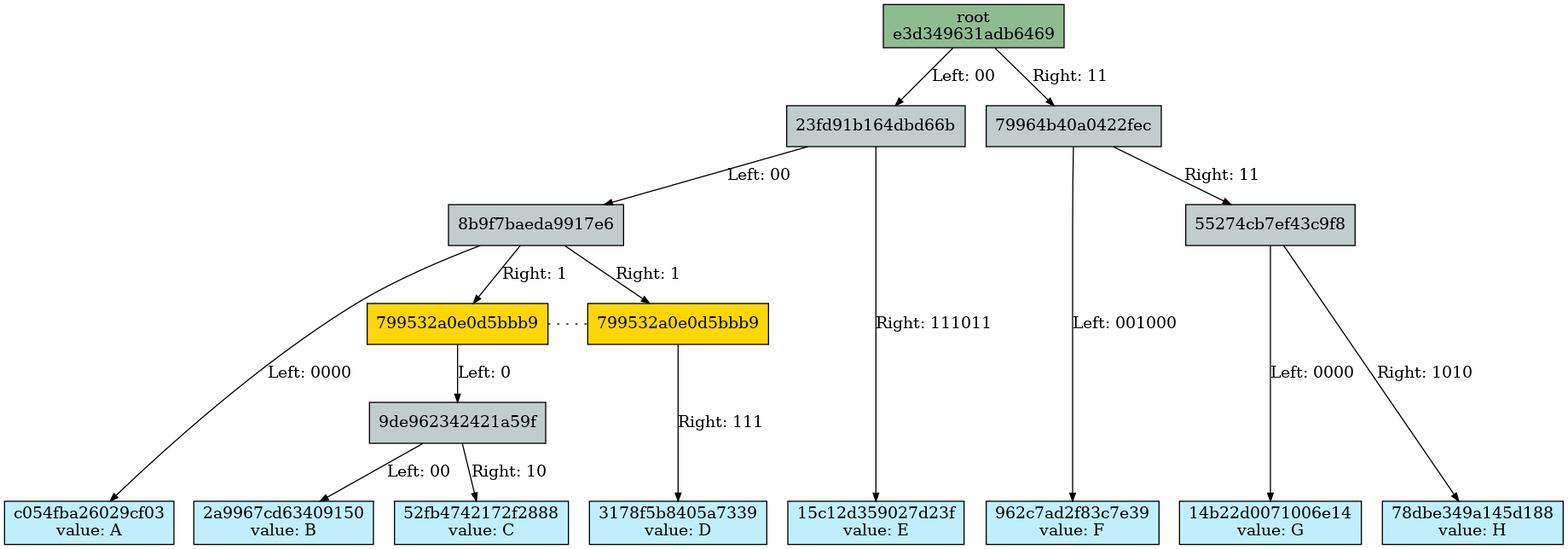
Above: docs/merkle_tree/split_details/3_split_1.dot.png in juicebox-systems/juicebox-hsm-realm (Graphviz), before the change. Its source is kept beside it as docs/merkle_tree/split_details/3_split_1.dot.
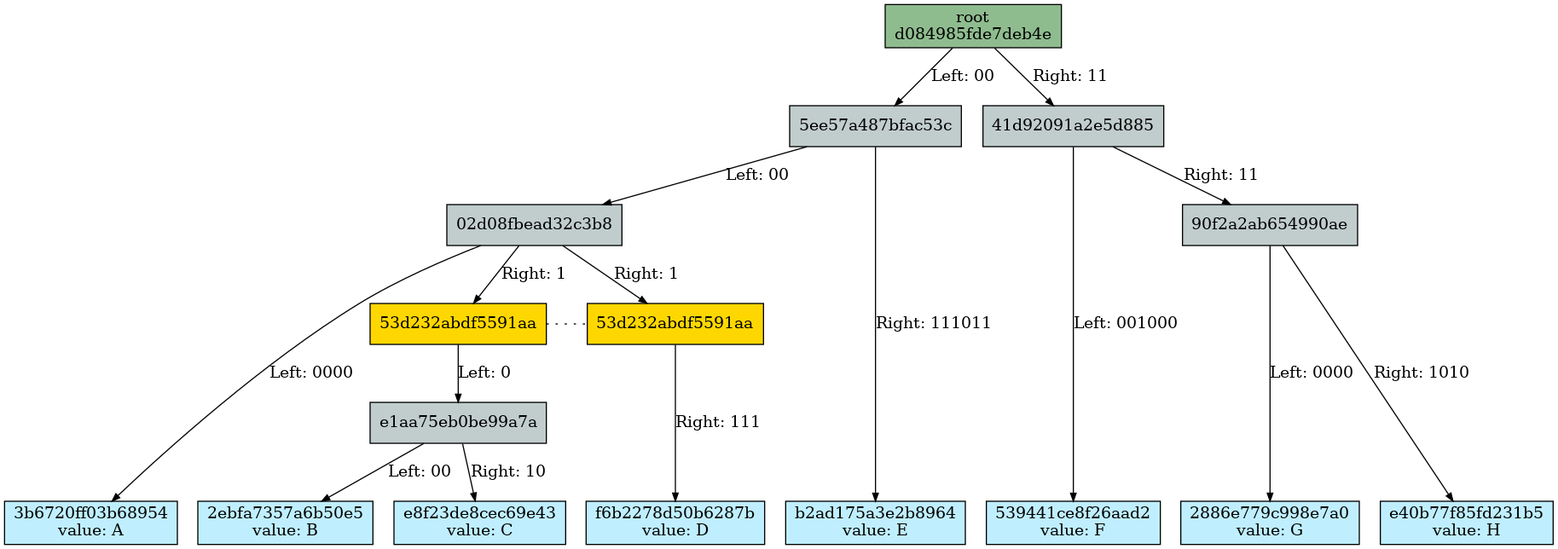
After the commit.

Change to the diagram source:
```diff
@@ -1,77 +1,77 @@
 Digraph merkletree {
 
-h799532a0e0d5bbb9_2 [fillcolor=gold1 label="799532a0e0d5bbb9" ordering=out shape=box style=filled ];
-he3d349631adb6469 -> h23fd91b164dbd66b [arrowsize=0.7 label="Left: 00\l" nojustify=true ];
-h23fd91b164dbd66b -> h8b9f7baeda9917e6 [arrowsize=0.7 label="Left: 00\l" nojustify=true ];
-h8b9f7baeda9917e6 -> hc054fba26029cf03 [arrowsize=0.7 label="Left: 0000" nojustify=true ];
-h8b9f7baeda9917e6 -> h799532a0e0d5bbb9_2 [arrowsize=0.7 label="Right: 1\l" nojustify=true ];
-h8b9f7baeda9917e6 -> h799532a0e0d5bbb9 [arrowsize=0.7 label="Right: 1\l" nojustify=true ];
-h799532a0e0d5bbb9_2 -> h9de962342421a59f [arrowsize=0.7 label="Left: 0\l" nojustify=true ];
-h9de962342421a59f -> h2a9967cd63409150 [arrowsize=0.7 label="Left: 00" nojustify=true ];
-h9de962342421a59f -> h52fb4742172f2888 [arrowsize=0.7 label="Right: 10" nojustify=true ];
-h799532a0e0d5bbb9 -> h3178f5b8405a7339 [arrowsize=0.7 label="Right: 111" nojustify=true ];
-h23fd91b164dbd66b -> h15c12d359027d23f [arrowsize=0.7 label="Right: 111011" nojustify=true ];
-he3d349631adb6469 -> h79964b40a0422fec [arrowsize=0.7 label="Right: 11\l" nojustify=true ];
-h79964b40a0422fec -> h962c7ad2f83c7e39 [arrowsize=0.7 label="Left: 001000" nojustify=true ];
-h79964b40a0422fec -> h55274cb7ef43c9f8 [arrowsize=0.7 label="Right: 11\l" nojustify=true ];
-h55274cb7ef43c9f8 -> h14b22d0071006e14 [arrowsize=0.7 label="Left: 0000" nojustify=true ];
-h55274cb7ef43c9f8 -> h78dbe349a145d188 [arrowsize=0.7 label="Right: 1010" nojustify=true ];
+h53d232abdf5591aa_2 [fillcolor=gold1 label="53d232abdf5591aa" ordering=out shape=box style=filled ];
+hd084985fde7deb4e -> h5ee57a487bfac53c [arrowsize=0.7 label="Left: 00" nojustify=true ];
+h5ee57a487bfac53c -> h02d08fbead32c3b8 [arrowsize=0.7 label="Left: 00" nojustify=true ];
+h02d08fbead32c3b8 -> h3b6720ff03b68954 [arrowsize=0.7 label="Left: 0000" nojustify=true ];
+h02d08fbead32c3b8 -> h53d232abdf5591aa_2 [arrowsize=0.7 label="Right: 1" nojustify=true ];
+h02d08fbead32c3b8 -> h53d232abdf5591aa [arrowsize=0.7 label="Right: 1" nojustify=true ];
+h53d232abdf5591aa_2 -> he1aa75eb0be99a7a [arrowsize=0.7 label="Left: 0" nojustify=true ];
+he1aa75eb0be99a7a -> h2ebfa7357a6b50e5 [arrowsize=0.7 label="Left: 00" nojustify=true ];
+he1aa75eb0be99a7a -> he8f23de8cec69e43 [arrowsize=0.7 label="Right: 10" nojustify=true ];
+h53d232abdf5591aa -> hf6b2278d50b6287b [arrowsize=0.7 label="Right: 111" nojustify=true ];
+h5ee57a487bfac53c -> hb2ad175a3e2b8964 [arrowsize=0.7 label="Right: 111011" nojustify=true ];
+hd084985fde7deb4e -> h41d92091a2e5d885 [arrowsize=0.7 label="Right: 11" nojustify=true ];
+h41d92091a2e5d885 -> h539441ce8f26aad2 [arrowsize=0.7 label="Left: 001000" nojustify=true ];
+h41d92091a2e5d885 -> h90f2a2ab654990ae [arrowsize=0.7 label="Right: 11" nojustify=true ];
+h90f2a2ab654990ae -> h2886e779c998e7a0 [arrowsize=0.7 label="Left: 0000" nojustify=true ];
+h90f2a2ab654990ae -> he40b77f85fd231b5 [arrowsize=0.7 label="Right: 1010" nojustify=true ];
 
 Subgraph depth_0 {
 rank=same
 
-he3d349631adb6469 [fillcolor=darkseagreen label="root\ne3d349631adb6469" ordering=out shape=box style=filled ];
+hd084985fde7deb4e [fillcolor=darkseagreen label="root\nd084985fde7deb4e" ordering=out shape=box style=filled ];
 }
 
 
 Subgraph depth_2 {
 rank=same
 
-h23fd91b164dbd66b [fillcolor=azure3 label="23fd91b164dbd66b" ordering=out shape=box style=filled ];
-h79964b40a0422fec [fillcolor=azure3 label="79964b40a0422fec" ordering=out shape=box style=filled ];
+h5ee57a487bfac53c [fillcolor=azure3 label="5ee57a487bfac53c" ordering=out shape=box style=filled ];
+h41d92091a2e5d885 [fillcolor=azure3 label="41d92091a2e5d885" ordering=out shape=box style=filled ];
 }
 
 
 Subgraph depth_4 {
 rank=same
 
-h8b9f7baeda9917e6 [fillcolor=azure3 label="8b9f7baeda9917e6" ordering=out shape=box style=filled ];
-h55274cb7ef43c9f8 [fillcolor=azure3 label="55274cb7ef43c9f8" ordering=out shape=box style=filled ];
+h02d08fbead32c3b8 [fillcolor=azure3 label="02d08fbead32c3b8" ordering=out shape=box style=filled ];
+h90f2a2ab654990ae [fillcolor=azure3 label="90f2a2ab654990ae" ordering=out shape=box style=filled ];
 }
 
 
 Subgraph depth_256 {
 rank=same
 
-hc054fba26029cf03 [fillcolor=lightblue1 label="c054fba26029cf03\nvalue: A" ordering=out shape=box style=filled ];
-h2a9967cd63409150 [fillcolor=lightblue1 label="2a9967cd63409150\nvalue: B" ordering=out shape=box style=filled ];
-h52fb4742172f2888 [fillcolor=lightblue1 label="52fb4742172f2888\nvalue: C" ordering=out shape=box style=filled ];
-h3178f5b8405a7339 [fillcolor=lightblue1 label="3178f5b8405a7339\nvalue: D" ordering=out shape=box style=filled ];
-h15c12d359027d23f [fillcolor=lightblue1 label="15c12d359027d23f\nvalue: E" ordering=out shape=box style=filled ];
-h962c7ad2f83c7e39 [fillcolor=lightblue1 label="962c7ad2f83c7e39\nvalue: F" ordering=out shape=box style=filled ];
-h14b22d0071006e14 [fillcolor=lightblue1 label="14b22d0071006e14\nvalue: G" ordering=out shape=box style=filled ];
-h78dbe349a145d188 [fillcolor=lightblue1 label="78dbe349a145d188\nvalue: H" ordering=out shape=box style=filled ];
+h3b6720ff03b68954 [fillcolor=lightblue1 label="3b6720ff03b68954\nvalue: A" ordering=out shape=box style=filled ];
+h2ebfa7357a6b50e5 [fillcolor=lightblue1 label="2ebfa7357a6b50e5\nvalue: B" ordering=out shape=box style=filled ];
+he8f23de8cec69e43 [fillcolor=lightblue1 label="e8f23de8cec69e43\nvalue: C" ordering=out shape=box style=filled ];
+hf6b2278d50b6287b [fillcolor=lightblue1 label="f6b2278d50b6287b\nvalue: D" ordering=out shape=box style=filled ];
+hb2ad175a3e2b8964 [fillcolor=lightblue1 label="b2ad175a3e2b8964\nvalue: E" ordering=out shape=box style=filled ];
+h539441ce8f26aad2 [fillcolor=lightblue1 label="539441ce8f26aad2\nvalue: F" ordering=out shape=box style=filled ];
+h2886e779c998e7a0 [fillcolor=lightblue1 label="2886e779c998e7a0\nvalue: G" ordering=out shape=box style=filled ];
+he40b77f85fd231b5 [fillcolor=lightblue1 label="e40b77f85fd231b5\nvalue: H" ordering=out shape=box style=filled ];
 }
 
 
 Subgraph depth_5 {
 rank=same
 
-h799532a0e0d5bbb9 [fillcolor=gold1 label="799532a0e0d5bbb9" ordering=out shape=box style=filled ];
+h53d232abdf5591aa [fillcolor=gold1 label="53d232abdf5591aa" ordering=out shape=box style=filled ];
 }
 
 
 Subgraph depth_6 {
 rank=same
 
-h9de962342421a59f [fillcolor=azure3 label="9de962342421a59f" ordering=out shape=box style=filled ];
+he1aa75eb0be99a7a [fillcolor=azure3 label="e1aa75eb0be99a7a" ordering=out shape=box style=filled ];
 }
 
 
-Subgraph split_799532a0e0d5bbb9 {
+Subgraph split_53d232abdf5591aa {
 rank=same
 
-h799532a0e0d5bbb9_2 -> h799532a0e0d5bbb9 [arrowhead=none arrowtail=none dir=both style=dotted ];
+h53d232abdf5591aa_2 -> h53d232abdf5591aa [arrowhead=none arrowtail=none dir=both style=dotted ];
 }
 
 }
```
